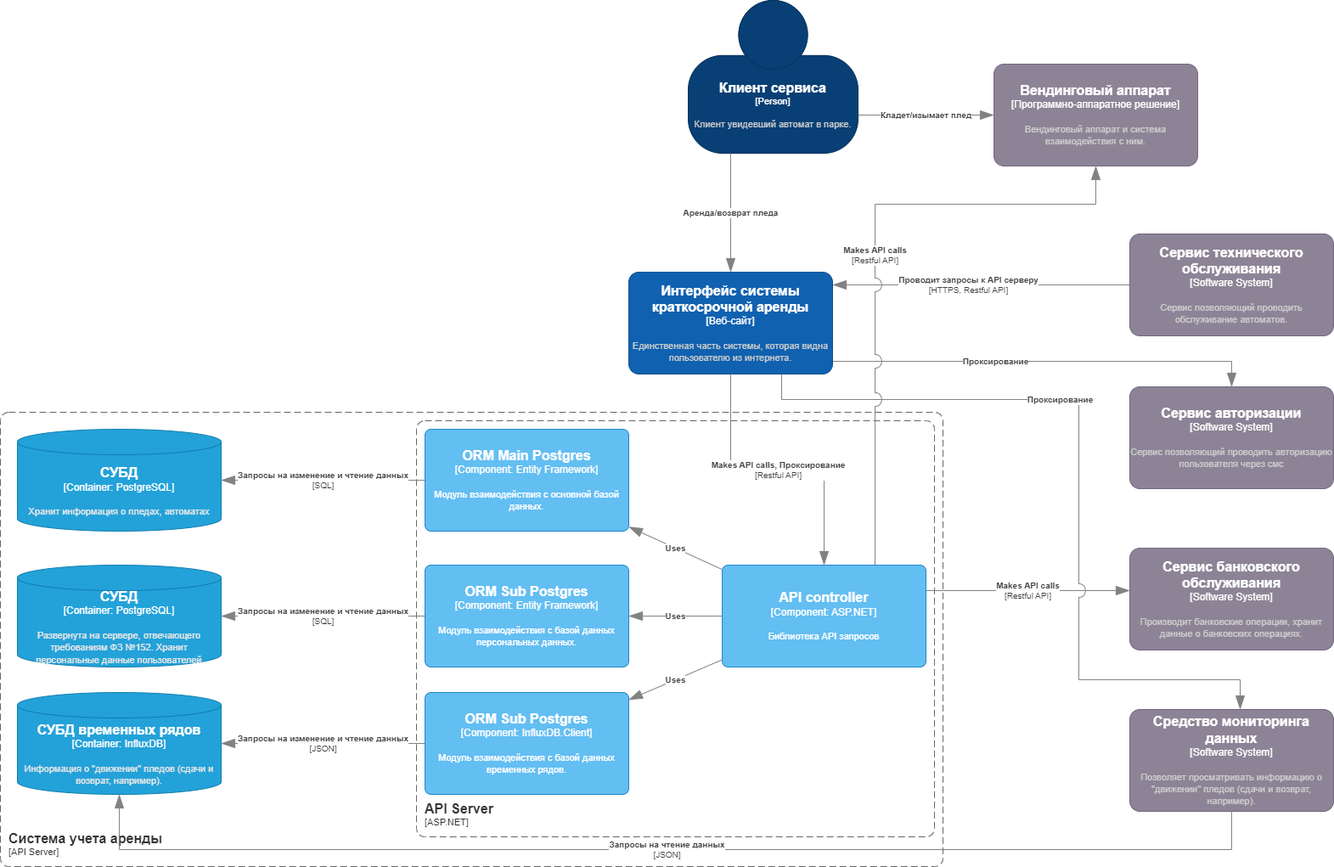
Earlier version of the draw.io export Lab Work №3/docs/Lab2-С3 API Server.drawio.png (k0perX-X/HSE_PAPS). Source tidied: cells renumbered, new cells last; positions are measured from the earlier drawing's top-left corner, leaving out a move shared by most shapes.
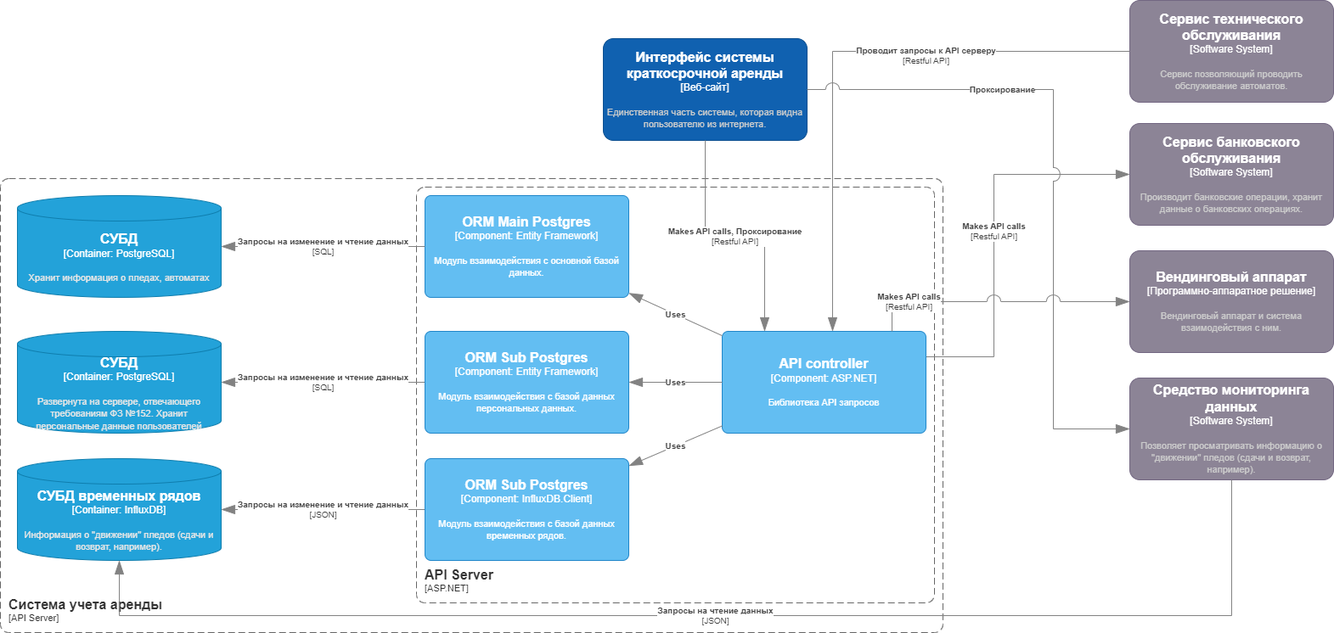
The same file after the commit.

Diff of the diagram source:
```diff
@@ -12,19 +12,9 @@
         <mxGeometry x="500" y="505" width="240" height="120" as="geometry" />
       </mxCell>
     </object>
-    <object id="4" label="&lt;font style=&quot;font-size: 16px&quot;&gt;&lt;b&gt;%c4Name%&lt;/b&gt;&lt;/font&gt;&lt;div&gt;[%c4Type%]&lt;/div&gt;&lt;br&gt;&lt;div&gt;&lt;font style=&quot;font-size: 11px&quot;&gt;&lt;font color=&quot;#cccccc&quot;&gt;%c4Description%&lt;/font&gt;&lt;/div&gt;" c4Description="Клиент увидевший автомат в парке." c4Name="Клиент сервиса" c4Type="Person" placeholders="1">
-      <mxCell style="html=1;fontSize=11;dashed=0;whiteSpace=wrap;fillColor=#083F75;strokeColor=#06315C;fontColor=#ffffff;shape=mxgraph.c4.person2;align=center;points=[[0.5,0,0],[1,0.5,0],[1,0.75,0],[0.75,1,0],[0.5,1,0],[0.25,1,0],[0,0.75,0],[0,0.5,0]];" parent="1" vertex="1">
-        <mxGeometry x="810" width="200" height="180" as="geometry" />
-      </mxCell>
-    </object>
-    <object id="5" label="&lt;div style=&quot;text-align: left&quot;&gt;&lt;div style=&quot;text-align: center&quot;&gt;&lt;b&gt;%c4Description%&lt;/b&gt;&lt;/div&gt;" c4Description="Аренда/возврат пледа" c4Type="Relationship" placeholders="1">
-      <mxCell style="endArrow=blockThin;html=1;fontSize=10;fontColor=#404040;strokeWidth=1;endFill=1;strokeColor=#828282;elbow=vertical;endSize=14;startSize=14;jumpStyle=arc;jumpSize=16;rounded=0;edgeStyle=orthogonalEdgeStyle;exitX=0.25;exitY=1;exitDx=0;exitDy=0;exitPerimeter=0;" parent="1" edge="1" source="4" target="23">
-        <mxGeometry relative="1" as="geometry" />
-      </mxCell>
-    </object>
     <object id="6" label="&lt;font style=&quot;font-size: 16px&quot;&gt;&lt;b&gt;%c4Name%&lt;/b&gt;&lt;/font&gt;&lt;div&gt;[%c4Type%]&lt;/div&gt;&lt;br&gt;&lt;div&gt;&lt;font style=&quot;font-size: 11px&quot;&gt;&lt;font color=&quot;#cccccc&quot;&gt;%c4Description%&lt;/font&gt;&lt;/div&gt;" c4Description="Вендинговый аппарат и система взаимодействия с ним." c4Name="Вендинговый аппарат" c4Type="Программно-аппаратное решение" placeholders="1">
       <mxCell style="rounded=1;whiteSpace=wrap;html=1;labelBackgroundColor=none;fillColor=#8C8496;fontColor=#ffffff;align=center;arcSize=10;strokeColor=#736782;points=[[0.25,0,0],[0.5,0,0],[0.75,0,0],[1,0.25,0],[1,0.5,0],[1,0.75,0],[0.75,1,0],[0.5,1,0],[0.25,1,0],[0,0.75,0],[0,0.5,0],[0,0.25,0]];" parent="1" vertex="1">
-        <mxGeometry x="1170" y="75" width="240" height="120" as="geometry" />
+        <mxGeometry x="1330" y="570" width="240" height="120" as="geometry" />
       </mxCell>
     </object>
     <object id="7" label="&lt;font style=&quot;font-size: 16px&quot;&gt;&lt;b&gt;%c4Name%&lt;/b&gt;&lt;/font&gt;&lt;div&gt;[%c4Type%]&lt;/div&gt;&lt;br&gt;&lt;div&gt;&lt;font style=&quot;font-size: 11px&quot;&gt;&lt;font color=&quot;#cccccc&quot;&gt;%c4Description%&lt;/font&gt;&lt;/div&gt;" c4Description="Сервис позволяющий проводить обслуживание автоматов." c4Name="Сервис технического обслуживания" c4Type="Software System" placeholders="1">
@@ -34,25 +24,19 @@
     </object>
     <object id="8" label="&lt;font style=&quot;font-size: 16px&quot;&gt;&lt;b&gt;%c4Name%&lt;/b&gt;&lt;/font&gt;&lt;div&gt;[%c4Type%]&lt;/div&gt;&lt;br&gt;&lt;div&gt;&lt;font style=&quot;font-size: 11px&quot;&gt;&lt;font color=&quot;#cccccc&quot;&gt;%c4Description%&lt;/font&gt;&lt;/div&gt;" c4Description="Производит банковские операции, хранит данные о банковских операциях." c4Name="Сервис банковского обслуживания" c4Type="Software System" placeholders="1">
       <mxCell style="rounded=1;whiteSpace=wrap;html=1;labelBackgroundColor=none;fillColor=#8C8496;fontColor=#ffffff;align=center;arcSize=10;strokeColor=#736782;points=[[0.25,0,0],[0.5,0,0],[0.75,0,0],[1,0.25,0],[1,0.5,0],[1,0.75,0],[0.75,1,0],[0.5,1,0],[0.25,1,0],[0,0.75,0],[0,0.5,0],[0,0.25,0]];" parent="1" vertex="1">
-        <mxGeometry x="1330" y="645" width="240" height="120" as="geometry" />
+        <mxGeometry x="1330" y="420" width="240" height="120" as="geometry" />
       </mxCell>
     </object>
-    <object id="9" label="&lt;font style=&quot;font-size: 16px&quot;&gt;&lt;b&gt;%c4Name%&lt;/b&gt;&lt;/font&gt;&lt;div&gt;[%c4Type%]&lt;/div&gt;&lt;br&gt;&lt;div&gt;&lt;font style=&quot;font-size: 11px&quot;&gt;&lt;font color=&quot;#cccccc&quot;&gt;%c4Description%&lt;/font&gt;&lt;/div&gt;" c4Description="Сервис позволяющий проводить авторизацию пользователя через смс" c4Name="Сервис авторизации " c4Type="Software System" placeholders="1">
-      <mxCell style="rounded=1;whiteSpace=wrap;html=1;labelBackgroundColor=none;fillColor=#8C8496;fontColor=#ffffff;align=center;arcSize=10;strokeColor=#736782;points=[[0.25,0,0],[0.5,0,0],[0.75,0,0],[1,0.25,0],[1,0.5,0],[1,0.75,0],[0.75,1,0],[0.5,1,0],[0.25,1,0],[0,0.75,0],[0,0.5,0],[0,0.25,0]];" parent="1" vertex="1">
-        <mxGeometry x="1330" y="455" width="240" height="120" as="geometry" />
-      </mxCell>
-    </object>
     <object id="10" label="&lt;font style=&quot;font-size: 16px&quot;&gt;&lt;b&gt;&lt;div style=&quot;text-align: left&quot;&gt;%c4Name%&lt;/div&gt;&lt;/b&gt;&lt;/font&gt;&lt;div style=&quot;text-align: left&quot;&gt;[%c4Application%]&lt;/div&gt;" c4Application="API Server" c4Name="Система учета аренды" c4Type="SystemScopeBoundary" placeholders="1">
       <mxCell style="rounded=1;fontSize=11;whiteSpace=wrap;html=1;dashed=1;arcSize=20;fillColor=none;strokeColor=#666666;fontColor=#333333;labelBackgroundColor=none;align=left;verticalAlign=bottom;labelBorderColor=none;spacingTop=0;spacing=10;dashPattern=8 4;perimeter=rectanglePerimeter;noLabel=0;labelPadding=0;absoluteArcSize=1;" parent="1" vertex="1">
         <mxGeometry y="485" width="1110" height="535" as="geometry" />
       </mxCell>
     </object>
-    <object id="11" label="&lt;div style=&quot;text-align: left&quot;&gt;&lt;div style=&quot;text-align: center&quot;&gt;&lt;b&gt;%c4Description%&lt;/b&gt;&lt;/div&gt;&lt;div style=&quot;text-align: center&quot;&gt;[%c4Technology%]&lt;/div&gt;&lt;/div&gt;" c4Description="Проводит запросы к API серверу" c4Technology="HTTPS, Restful API" c4Type="Relationship" placeholders="1">
-      <mxCell style="endArrow=blockThin;html=1;fontSize=10;fontColor=#404040;strokeWidth=1;endFill=1;strokeColor=#828282;elbow=vertical;endSize=14;startSize=14;jumpStyle=arc;jumpSize=16;rounded=0;edgeStyle=orthogonalEdgeStyle;" parent="1" edge="1" source="7" target="23">
-        <mxGeometry x="0.08" relative="1" as="geometry">
+    <object id="11" label="&lt;div style=&quot;text-align: left&quot;&gt;&lt;div style=&quot;text-align: center&quot;&gt;&lt;b&gt;%c4Description%&lt;/b&gt;&lt;/div&gt;&lt;div style=&quot;text-align: center&quot;&gt;[%c4Technology%]&lt;/div&gt;&lt;/div&gt;" c4Description="Проводит запросы к API серверу" c4Technology="Restful API" c4Type="Relationship" placeholders="1">
+      <mxCell style="endArrow=blockThin;html=1;fontSize=10;fontColor=#404040;strokeWidth=1;endFill=1;strokeColor=#828282;elbow=vertical;endSize=14;startSize=14;jumpStyle=arc;jumpSize=16;rounded=0;edgeStyle=orthogonalEdgeStyle;" parent="1" edge="1" source="7" target="26">
+        <mxGeometry x="-0.29" y="5" relative="1" as="geometry">
           <Array as="points">
-            <mxPoint x="1060" y="335" />
-            <mxPoint x="1060" y="335" />
+            <mxPoint x="980" y="335" />
           </Array>
         </mxGeometry>
       </mxCell>
@@ -91,24 +75,19 @@
         <mxGeometry relative="1" as="geometry" />
       </mxCell>
     </object>
-    <object id="18" label="&lt;div style=&quot;text-align: left&quot;&gt;&lt;div style=&quot;text-align: center&quot;&gt;&lt;b&gt;%c4Description%&lt;/b&gt;&lt;/div&gt;" c4Description="Кладет/изымает плед" c4Type="Relationship" placeholders="1">
-      <mxCell style="endArrow=blockThin;html=1;fontSize=10;fontColor=#404040;strokeWidth=1;endFill=1;strokeColor=#828282;elbow=vertical;endSize=14;startSize=14;jumpStyle=arc;jumpSize=16;rounded=0;edgeStyle=orthogonalEdgeStyle;exitX=1;exitY=0.75;exitDx=0;exitDy=0;exitPerimeter=0;" parent="1" edge="1" source="4" target="6">
-        <mxGeometry relative="1" as="geometry" />
-      </mxCell>
-    </object>
     <object id="19" label="&lt;div style=&quot;text-align: left&quot;&gt;&lt;div style=&quot;text-align: center&quot;&gt;&lt;b&gt;%c4Description%&lt;/b&gt;&lt;/div&gt;&lt;div style=&quot;text-align: center&quot;&gt;[%c4Technology%]&lt;/div&gt;&lt;/div&gt;" c4Description="Makes API calls" c4Technology="Restful API" c4Type="Relationship" placeholders="1">
       <mxCell style="endArrow=blockThin;html=1;fontSize=10;fontColor=#404040;strokeWidth=1;endFill=1;strokeColor=#828282;elbow=vertical;endSize=14;startSize=14;jumpStyle=arc;jumpSize=16;rounded=0;edgeStyle=orthogonalEdgeStyle;exitX=1;exitY=0.25;exitDx=0;exitDy=0;exitPerimeter=0;" parent="1" edge="1" source="26" target="8">
         <mxGeometry relative="1" as="geometry">
           <Array as="points">
-            <mxPoint x="1270" y="695" />
-            <mxPoint x="1270" y="695" />
+            <mxPoint x="1170" y="695" />
+            <mxPoint x="1170" y="480" />
           </Array>
         </mxGeometry>
       </mxCell>
     </object>
     <object id="20" label="&lt;font style=&quot;font-size: 16px&quot;&gt;&lt;b&gt;%c4Name%&lt;/b&gt;&lt;/font&gt;&lt;div&gt;[%c4Type%]&lt;/div&gt;&lt;br&gt;&lt;div&gt;&lt;font style=&quot;font-size: 11px&quot;&gt;&lt;font color=&quot;#cccccc&quot;&gt;%c4Description%&lt;/font&gt;&lt;/div&gt;" c4Description="Позволяет просматривать информацию о &quot;движении&quot; пледов (сдачи и возврат, например)." c4Name="Средство мониторинга данных" c4Type="Software System" placeholders="1">
       <mxCell style="rounded=1;whiteSpace=wrap;html=1;labelBackgroundColor=none;fillColor=#8C8496;fontColor=#ffffff;align=center;arcSize=10;strokeColor=#736782;points=[[0.25,0,0],[0.5,0,0],[0.75,0,0],[1,0.25,0],[1,0.5,0],[1,0.75,0],[0.75,1,0],[0.5,1,0],[0.25,1,0],[0,0.75,0],[0,0.5,0],[0,0.25,0]];" parent="1" vertex="1">
-        <mxGeometry x="1330" y="835" width="240" height="120" as="geometry" />
+        <mxGeometry x="1330" y="720" width="240" height="120" as="geometry" />
       </mxCell>
     </object>
     <object id="21" label="&lt;div style=&quot;text-align: left&quot;&gt;&lt;div style=&quot;text-align: center&quot;&gt;&lt;b&gt;%c4Description%&lt;/b&gt;&lt;/div&gt;&lt;div style=&quot;text-align: center&quot;&gt;[%c4Technology%]&lt;/div&gt;&lt;/div&gt;" c4Description="Запросы на чтение данных" c4Technology="JSON" c4Type="Relationship" placeholders="1">
@@ -121,18 +100,9 @@
         </mxGeometry>
       </mxCell>
     </object>
-    <object id="22" label="&lt;div style=&quot;text-align: left&quot;&gt;&lt;div style=&quot;text-align: center&quot;&gt;&lt;b&gt;%c4Description%&lt;/b&gt;&lt;/div&gt;" c4Description="Проксирование" c4Type="Relationship" placeholders="1">
-      <mxCell style="endArrow=blockThin;html=1;fontSize=10;fontColor=#404040;strokeWidth=1;endFill=1;strokeColor=#828282;elbow=vertical;endSize=14;startSize=14;jumpStyle=arc;jumpSize=16;rounded=0;edgeStyle=orthogonalEdgeStyle;" parent="1" edge="1" source="23" target="9">
-        <mxGeometry x="-0.23" relative="1" as="geometry">
-          <Array as="points">
-            <mxPoint x="1450" y="425" />
-          </Array>
-        </mxGeometry>
-      </mxCell>
-    </object>
     <object id="23" label="&lt;font style=&quot;font-size: 16px&quot;&gt;&lt;b&gt;%c4Name%&lt;/b&gt;&lt;/font&gt;&lt;div&gt;[%c4Type%]&lt;/div&gt;&lt;br&gt;&lt;div&gt;&lt;font style=&quot;font-size: 11px&quot;&gt;&lt;font color=&quot;#cccccc&quot;&gt;%c4Description%&lt;/font&gt;&lt;/div&gt;" c4Description="Единственная часть системы, которая видна пользователю из интернета." c4Name="Интерфейс системы краткосрочной аренды" c4Type="Веб-сайт" placeholders="1">
       <mxCell style="rounded=1;whiteSpace=wrap;html=1;labelBackgroundColor=none;fillColor=#1061B0;fontColor=#ffffff;align=center;arcSize=10;strokeColor=#0D5091;points=[[0.25,0,0],[0.5,0,0],[0.75,0,0],[1,0.25,0],[1,0.5,0],[1,0.75,0],[0.75,1,0],[0.5,1,0],[0.25,1,0],[0,0.75,0],[0,0.5,0],[0,0.25,0]];" parent="1" vertex="1">
-        <mxGeometry x="740" y="320" width="240" height="120" as="geometry" />
+        <mxGeometry x="710" y="320" width="240" height="120" as="geometry" />
       </mxCell>
     </object>
     <object id="24" label="&lt;font style=&quot;font-size: 16px&quot;&gt;&lt;b&gt;%c4Name%&lt;/b&gt;&lt;/font&gt;&lt;div&gt;[%c4Type%: %c4Technology%]&lt;/div&gt;&lt;br&gt;&lt;div&gt;&lt;font style=&quot;font-size: 11px&quot;&gt;%c4Description%&lt;/font&gt;&lt;/div&gt;" c4Description="Модуль взаимодействия с базой данных персональных данных." c4Name="ORM Sub Postgres" c4Technology="Entity Framework" c4Type="Component" placeholders="1">
@@ -166,30 +136,33 @@
       </mxCell>
     </object>
     <object id="30" label="&lt;div style=&quot;text-align: left&quot;&gt;&lt;div style=&quot;text-align: center&quot;&gt;&lt;b&gt;%c4Description%&lt;/b&gt;&lt;/div&gt;" c4Description="Проксирование" c4Type="Relationship" placeholders="1">
-      <mxCell style="endArrow=blockThin;html=1;fontSize=10;fontColor=#404040;strokeWidth=1;endFill=1;strokeColor=#828282;elbow=vertical;endSize=14;startSize=14;jumpStyle=arc;jumpSize=16;rounded=0;edgeStyle=orthogonalEdgeStyle;exitX=0.75;exitY=1;exitDx=0;exitDy=0;exitPerimeter=0;" parent="1" edge="1" source="23" target="20">
-        <mxGeometry x="-0.23" relative="1" as="geometry">
+      <mxCell style="endArrow=blockThin;html=1;fontSize=10;fontColor=#404040;strokeWidth=1;endFill=1;strokeColor=#828282;elbow=vertical;endSize=14;startSize=14;jumpStyle=arc;jumpSize=16;rounded=0;edgeStyle=orthogonalEdgeStyle;exitX=1;exitY=0.5;exitDx=0;exitDy=0;exitPerimeter=0;" parent="1" edge="1" source="23" target="20">
+        <mxGeometry x="-0.41" relative="1" as="geometry">
           <Array as="points">
-            <mxPoint x="920" y="470" />
-            <mxPoint x="1270" y="470" />
-            <mxPoint x="1270" y="800" />
-            <mxPoint x="1460" y="800" />
+            <mxPoint x="950" y="380" />
+            <mxPoint x="1240" y="380" />
+            <mxPoint x="1240" y="780" />
           </Array>
         </mxGeometry>
       </mxCell>
     </object>
     <object id="31" label="&lt;div style=&quot;text-align: left&quot;&gt;&lt;div style=&quot;text-align: center&quot;&gt;&lt;b&gt;%c4Description%&lt;/b&gt;&lt;/div&gt;&lt;div style=&quot;text-align: center&quot;&gt;[%c4Technology%]&lt;/div&gt;&lt;/div&gt;" c4Description="Makes API calls" c4Technology="Restful API" c4Type="Relationship" placeholders="1">
       <mxCell style="endArrow=blockThin;html=1;fontSize=10;fontColor=#404040;strokeWidth=1;endFill=1;strokeColor=#828282;elbow=vertical;endSize=14;startSize=14;jumpStyle=arc;jumpSize=16;rounded=0;edgeStyle=orthogonalEdgeStyle;" parent="1" edge="1" source="26" target="6">
-        <mxGeometry relative="1" as="geometry">
+        <mxGeometry x="-0.65" relative="1" as="geometry">
           <Array as="points">
-            <mxPoint x="1030" y="240" />
-            <mxPoint x="1290" y="240" />
+            <mxPoint x="1050" y="630" />
           </Array>
         </mxGeometry>
       </mxCell>
     </object>
     <object id="32" label="&lt;div style=&quot;text-align: left&quot;&gt;&lt;div style=&quot;text-align: center&quot;&gt;&lt;b&gt;%c4Description%&lt;/b&gt;&lt;/div&gt;&lt;div style=&quot;text-align: center&quot;&gt;[%c4Technology%]&lt;/div&gt;&lt;/div&gt;" c4Description="Makes API calls, Проксирование" c4Technology="Restful API" c4Type="Relationship" placeholders="1">
       <mxCell style="endArrow=blockThin;html=1;fontSize=10;fontColor=#404040;strokeWidth=1;endFill=1;strokeColor=#828282;elbow=vertical;endSize=14;startSize=14;jumpStyle=arc;jumpSize=16;rounded=0;edgeStyle=orthogonalEdgeStyle;" parent="1" edge="1" source="23" target="26">
-        <mxGeometry relative="1" as="geometry" />
+        <mxGeometry relative="1" as="geometry">
+          <Array as="points">
+            <mxPoint x="830" y="553" />
+            <mxPoint x="900" y="553" />
+          </Array>
+        </mxGeometry>
       </mxCell>
     </object>
   </root>
```
